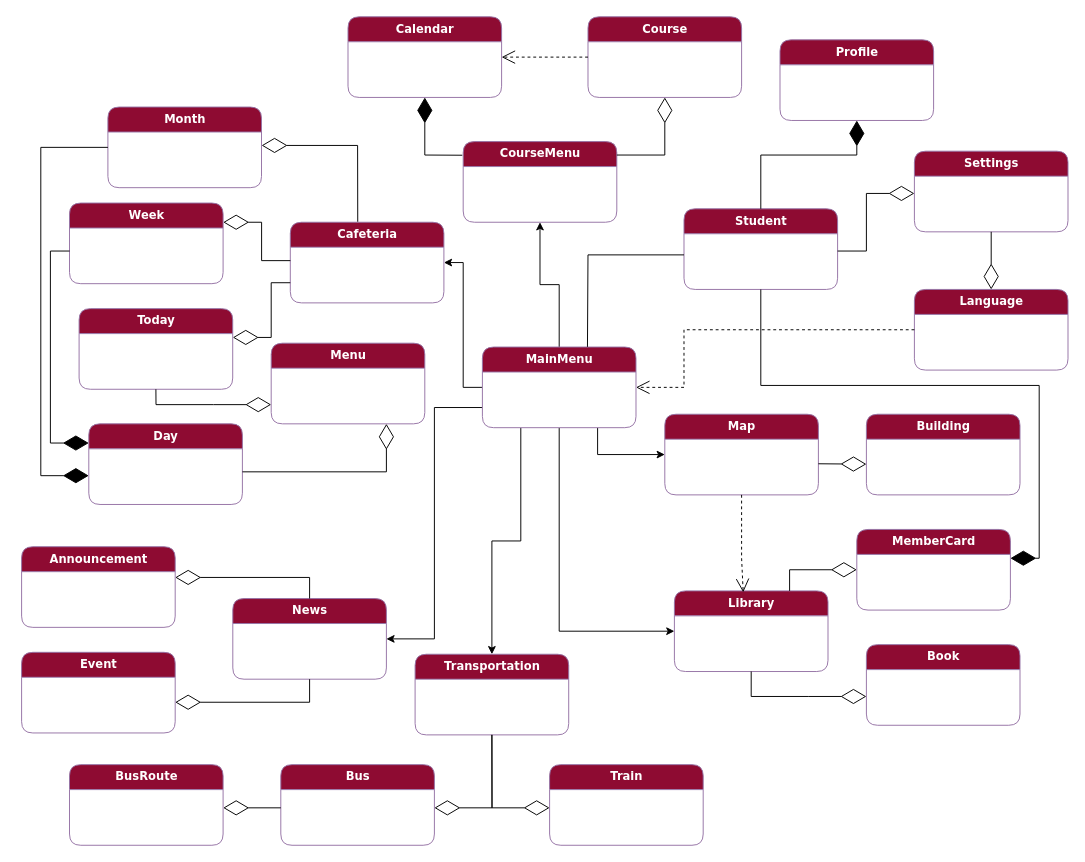
Above: docs/Contributions/Vaggelis/Phase 1/Charts/Domain-model-v0.1-25-3.drawio in Ibournakas/PaPapp (draw.io), before the change. Source tidied: cells renumbered, new cells numbered last; positions are measured from the earlier drawing's top-left corner, leaving out a move shared by most shapes. Both pictures are drawn from the tidied source at 96%, with x=0, y=0 at pixel (21, 16).
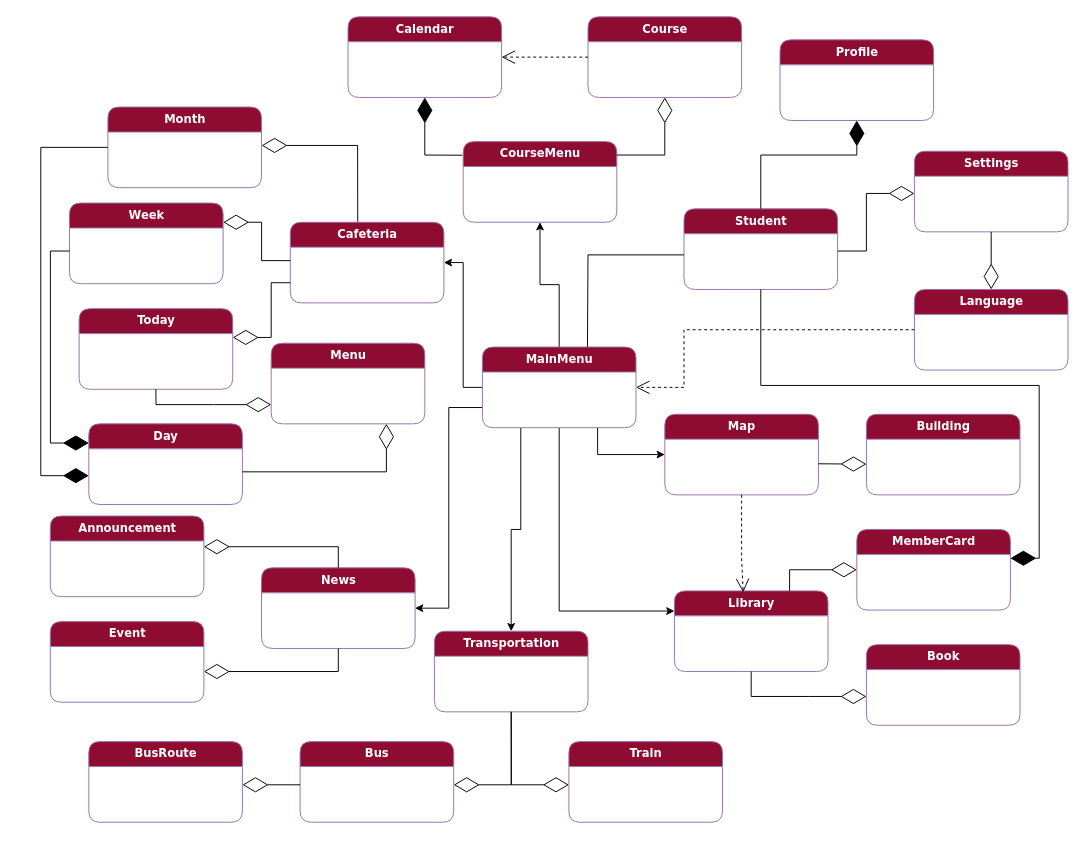
After the change.

The change refers to these unchanged cells:
```xml
<mxCell id="10" value="&lt;font color=&quot;#ffffff&quot;&gt;&lt;b&gt;MainMenu&lt;br&gt;&lt;/b&gt;&lt;/font&gt;" style="swimlane;html=1;fontStyle=0;horizontal=1;startSize=26;fillColor=#8e0b32;swimlaneFillColor=#ffffff;align=center;rounded=1;shadow=0;comic=0;labelBackgroundColor=none;strokeWidth=1;fontFamily=Verdana;fontSize=12;strokeColor=#9673a6;" parent="1" vertex="1">
  <mxGeometry x="480" y="344" width="160" height="84" as="geometry" />
</mxCell>
<mxCell id="14" value="&lt;font color=&quot;#ffffff&quot;&gt;&lt;b&gt;Library&lt;/b&gt;&lt;/font&gt;" style="swimlane;html=1;fontStyle=0;horizontal=1;startSize=26;fillColor=#8e0b32;swimlaneFillColor=#ffffff;align=center;rounded=1;shadow=0;comic=0;labelBackgroundColor=none;strokeWidth=1;fontFamily=Verdana;fontSize=12;strokeColor=#9673a6;" parent="1" vertex="1">
  <mxGeometry x="680" y="598" width="160" height="84" as="geometry" />
</mxCell>
```

Change to the diagram source:
```diff
@@
-    <mxCell id="9" style="edgeStyle=orthogonalEdgeStyle;rounded=0;jettySize=auto;html=1;exitX=0.5;exitY=1;exitDx=0;exitDy=0;entryX=0;entryY=0.5;entryDx=0;entryDy=0;" parent="1" edge="1" source="10" target="14">
+    <mxCell id="9" style="edgeStyle=orthogonalEdgeStyle;rounded=0;jettySize=auto;html=1;exitX=0.5;exitY=1;exitDx=0;exitDy=0;entryX=0;entryY=0.25;entryDx=0;entryDy=0;" parent="1" edge="1" source="10" target="14">
       <mxGeometry relative="1" as="geometry" />
     </mxCell>
@@
     <mxCell id="13" value="&lt;font color=&quot;#ffffff&quot;&gt;&lt;b&gt;Transportation&lt;/b&gt;&lt;/font&gt;" style="swimlane;html=1;fontStyle=0;horizontal=1;startSize=26;fillColor=#8e0b32;swimlaneFillColor=#ffffff;align=center;rounded=1;shadow=0;comic=0;labelBackgroundColor=none;strokeWidth=1;fontFamily=Verdana;fontSize=12;strokeColor=#9673a6;" parent="1" vertex="1">
-      <mxGeometry x="409.9" y="664" width="160" height="84" as="geometry" />
+      <mxGeometry x="430" y="640" width="160" height="84" as="geometry" />
     </mxCell>
@@
     <mxCell id="17" value="&lt;font color=&quot;#ffffff&quot;&gt;&lt;b&gt;News&lt;/b&gt;&lt;/font&gt;" style="swimlane;html=1;fontStyle=0;horizontal=1;startSize=26;fillColor=#8e0b32;swimlaneFillColor=#ffffff;align=center;rounded=1;shadow=0;comic=0;labelBackgroundColor=none;strokeWidth=1;fontFamily=Verdana;fontSize=12;strokeColor=#9673a6;" parent="1" vertex="1">
-      <mxGeometry x="220" y="606" width="160" height="84" as="geometry" />
+      <mxGeometry x="249.9" y="574" width="160" height="84" as="geometry" />
     </mxCell>
     <mxCell id="18" value="&lt;font color=&quot;#ffffff&quot;&gt;&lt;b&gt;Announcement&lt;/b&gt;&lt;/font&gt;" style="swimlane;html=1;fontStyle=0;horizontal=1;startSize=26;fillColor=#8e0b32;swimlaneFillColor=#ffffff;align=center;rounded=1;shadow=0;comic=0;labelBackgroundColor=none;strokeWidth=1;fontFamily=Verdana;fontSize=12;strokeColor=#9673a6;" parent="1" vertex="1">
-      <mxGeometry y="552" width="160" height="84" as="geometry" />
+      <mxGeometry x="29.9" y="520" width="160" height="84" as="geometry" />
     </mxCell>
@@
     <mxCell id="21" value="&lt;font color=&quot;#ffffff&quot;&gt;&lt;b&gt;Bus&lt;/b&gt;&lt;/font&gt;" style="swimlane;html=1;fontStyle=0;horizontal=1;startSize=26;fillColor=#8e0b32;swimlaneFillColor=#ffffff;align=center;rounded=1;shadow=0;comic=0;labelBackgroundColor=none;strokeWidth=1;fontFamily=Verdana;fontSize=12;strokeColor=#9673a6;" parent="1" vertex="1">
-      <mxGeometry x="270" y="779" width="160" height="84" as="geometry" />
+      <mxGeometry x="290.1" y="755" width="160" height="84" as="geometry" />
     </mxCell>
     <mxCell id="22" value="&lt;font color=&quot;#ffffff&quot;&gt;&lt;b&gt;Train&lt;/b&gt;&lt;/font&gt;" style="swimlane;html=1;fontStyle=0;horizontal=1;startSize=26;fillColor=#8e0b32;swimlaneFillColor=#ffffff;align=center;rounded=1;shadow=0;comic=0;labelBackgroundColor=none;strokeWidth=1;fontFamily=Verdana;fontSize=12;strokeColor=#9673a6;" parent="1" vertex="1">
-      <mxGeometry x="550" y="779" width="160" height="84" as="geometry" />
+      <mxGeometry x="570.1" y="755" width="160" height="84" as="geometry" />
     </mxCell>
     <mxCell id="23" value="&lt;font color=&quot;#ffffff&quot;&gt;&lt;b&gt;Event&lt;/b&gt;&lt;/font&gt;" style="swimlane;html=1;fontStyle=0;horizontal=1;startSize=26;fillColor=#8e0b32;swimlaneFillColor=#ffffff;align=center;rounded=1;shadow=0;comic=0;labelBackgroundColor=none;strokeWidth=1;fontFamily=Verdana;fontSize=12;strokeColor=#9673a6;" parent="1" vertex="1">
-      <mxGeometry y="662" width="160" height="84" as="geometry" />
+      <mxGeometry x="29.9" y="630" width="160" height="84" as="geometry" />
     </mxCell>
@@
     <mxCell id="45" style="endArrow=diamondThin;endFill=0;endSize=24;html=1;rounded=0;" parent="1" edge="1" source="17">
       <mxGeometry relative="1" as="geometry">
-        <mxPoint x="160" y="584" as="targetPoint" />
+        <mxPoint x="189.9" y="552" as="targetPoint" />
         <Array as="points">
-          <mxPoint x="300" y="584" />
+          <mxPoint x="329.9" y="552" />
         </Array>
       </mxGeometry>
     </mxCell>
     <mxCell id="46" style="endArrow=diamondThin;endFill=0;endSize=24;html=1;rounded=0;exitX=0.5;exitY=1;exitDx=0;exitDy=0;" parent="1" edge="1" source="17">
       <mxGeometry relative="1" as="geometry">
-        <mxPoint x="160" y="714" as="targetPoint" />
+        <mxPoint x="189.9" y="682" as="targetPoint" />
         <Array as="points">
-          <mxPoint x="300" y="714" />
+          <mxPoint x="329.9" y="682" />
         </Array>
       </mxGeometry>
     </mxCell>
     <mxCell id="47" value="&lt;font color=&quot;#ffffff&quot;&gt;&lt;b&gt;BusRoute&lt;/b&gt;&lt;/font&gt;" style="swimlane;html=1;fontStyle=0;horizontal=1;startSize=26;fillColor=#8e0b32;swimlaneFillColor=#ffffff;align=center;rounded=1;shadow=0;comic=0;labelBackgroundColor=none;strokeWidth=1;fontFamily=Verdana;fontSize=12;strokeColor=#9673a6;" parent="1" vertex="1">
-      <mxGeometry x="49.9" y="779" width="160" height="84" as="geometry" />
+      <mxGeometry x="70" y="755" width="160" height="84" as="geometry" />
     </mxCell>
     <mxCell id="48" style="endArrow=diamondThin;endFill=0;endSize=24;html=1;rounded=0;" parent="1" edge="1">
       <mxGeometry relative="1" as="geometry">
-        <mxPoint x="270" y="824" as="sourcePoint" />
-        <mxPoint x="210" y="824" as="targetPoint" />
+        <mxPoint x="290.1" y="800" as="sourcePoint" />
+        <mxPoint x="230.1" y="800" as="targetPoint" />
       </mxGeometry>
     </mxCell>
     <mxCell id="49" style="endArrow=diamondThin;endFill=0;endSize=24;html=1;rounded=0;exitX=0.5;exitY=1;exitDx=0;exitDy=0;" parent="1" edge="1" source="13">
       <mxGeometry relative="1" as="geometry">
-        <mxPoint x="430" y="824" as="targetPoint" />
+        <mxPoint x="450.1" y="800" as="targetPoint" />
         <Array as="points">
-          <mxPoint x="490" y="824" />
+          <mxPoint x="510.1" y="800" />
         </Array>
       </mxGeometry>
     </mxCell>
     <mxCell id="50" style="endArrow=diamondThin;endFill=0;endSize=24;html=1;rounded=0;exitX=0.5;exitY=1;exitDx=0;exitDy=0;" parent="1" edge="1" source="13">
       <mxGeometry relative="1" as="geometry">
-        <mxPoint x="550" y="824" as="targetPoint" />
+        <mxPoint x="570.1" y="800" as="targetPoint" />
         <Array as="points">
-          <mxPoint x="490" y="824" />
+          <mxPoint x="510.1" y="800" />
         </Array>
       </mxGeometry>
     </mxCell>
```
